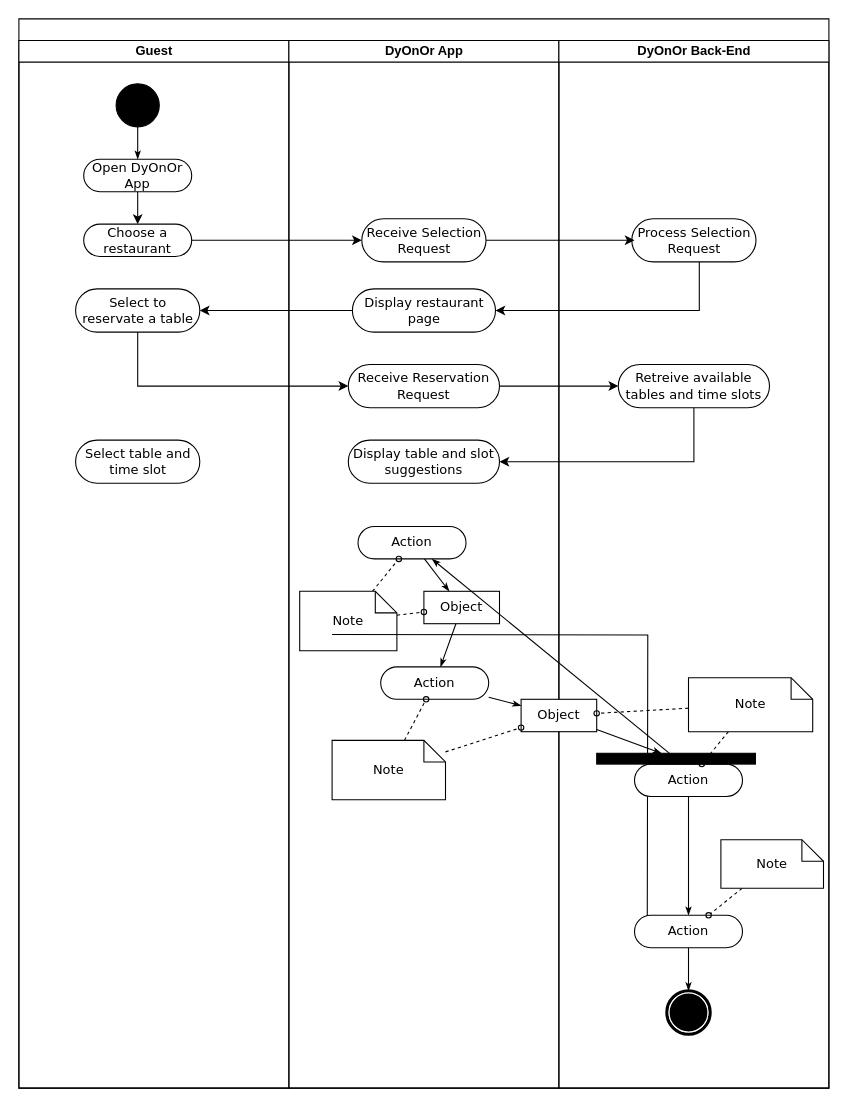
Above: RE-Diagram.drawio in MarlenKuehn/DOFI-draw.io (draw.io), before the change. Source tidied: cells renumbered, new cells numbered last; positions are measured from the earlier drawing's top-left corner, leaving out a move shared by most shapes. Both pictures are drawn from the tidied source at 108%, with x=0, y=0 at pixel (18, 18).
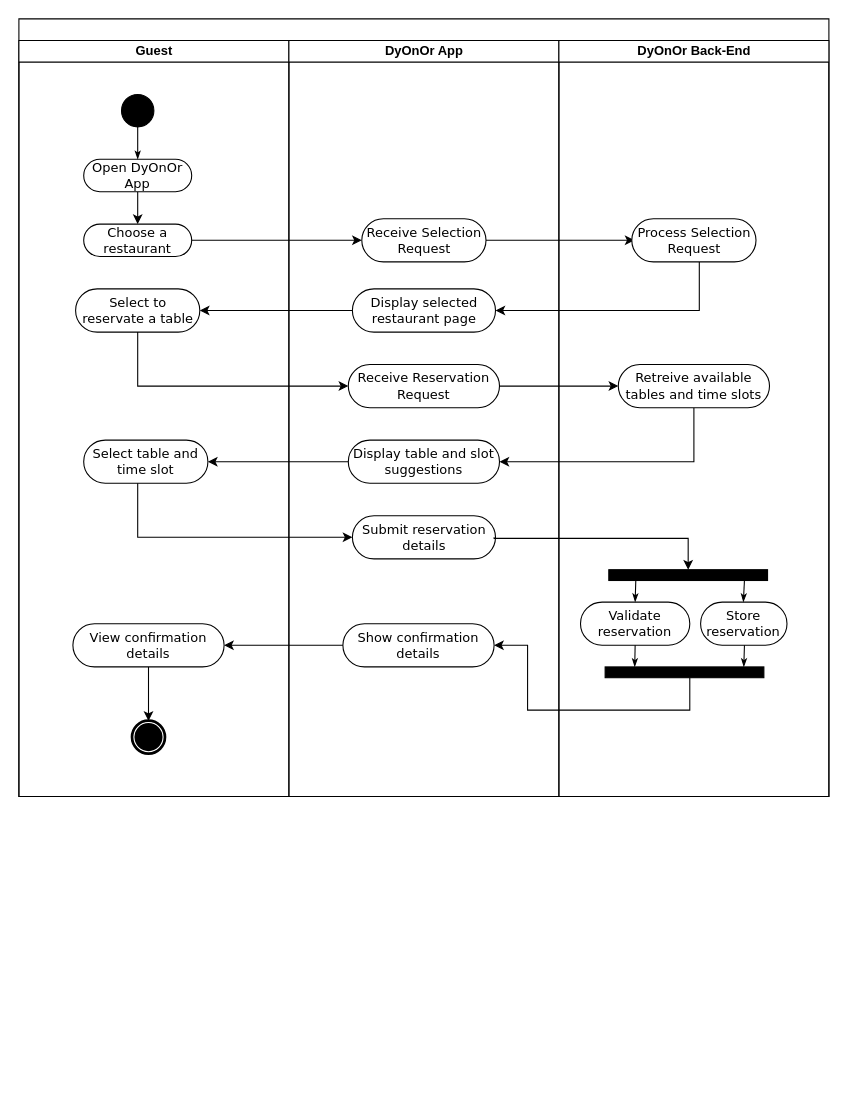
Above is the later version.

Unchanged cells that the change refers to:
```xml
<mxCell id="26" value="Display table and slot suggestions" style="rounded=1;whiteSpace=wrap;html=1;shadow=0;comic=0;labelBackgroundColor=none;strokeWidth=1;fontFamily=Verdana;fontSize=12;align=center;arcSize=50;" parent="11" vertex="1">
  <mxGeometry x="55" y="370" width="140" height="40" as="geometry" />
</mxCell>
```

What changed in the source:
```diff
@@
     <mxCell id="2" style="swimlane;html=1;startSize=20;rounded=0;shadow=0;comic=0;labelBackgroundColor=none;strokeWidth=1;fontFamily=Verdana;fontSize=12;align=center;" parent="1" vertex="1">
-      <mxGeometry width="750" height="990" as="geometry" />
+      <mxGeometry width="750" height="720" as="geometry" />
     </mxCell>
     <mxCell id="3" value="Guest" style="swimlane;html=1;startSize=20;" parent="2" vertex="1">
-      <mxGeometry y="20" width="250" height="970" as="geometry" />
+      <mxGeometry y="20" width="250" height="700" as="geometry" />
     </mxCell>
     <mxCell id="4" style="ellipse;whiteSpace=wrap;html=1;rounded=0;shadow=0;comic=0;labelBackgroundColor=none;strokeWidth=1;fillColor=#000000;fontFamily=Verdana;fontSize=12;align=center;" parent="3" vertex="1">
-      <mxGeometry x="90" y="40" width="40" height="40" as="geometry" />
+      <mxGeometry x="95" y="50" width="30" height="30" as="geometry" />
     </mxCell>
@@
     <mxCell id="10" value="Select table and time slot" style="rounded=1;whiteSpace=wrap;html=1;shadow=0;comic=0;labelBackgroundColor=none;strokeWidth=1;fontFamily=Verdana;fontSize=12;align=center;arcSize=50;" parent="3" vertex="1">
-      <mxGeometry x="52.5" y="370" width="115" height="40" as="geometry" />
+      <mxGeometry x="60" y="370" width="115" height="40" as="geometry" />
     </mxCell>
+    <mxCell id="54" style="edgeStyle=orthogonalEdgeStyle;rounded=0;jettySize=auto;html=1;entryX=0.5;entryY=0;entryDx=0;entryDy=0;" parent="3" edge="1" source="55" target="34">
+      <mxGeometry relative="1" as="geometry" />
+    </mxCell>
+    <mxCell id="55" value="View confirmation details" style="rounded=1;whiteSpace=wrap;html=1;shadow=0;comic=0;labelBackgroundColor=none;strokeWidth=1;fontFamily=Verdana;fontSize=12;align=center;arcSize=50;" parent="3" vertex="1">
+      <mxGeometry x="50" y="540" width="140" height="40" as="geometry" />
+    </mxCell>
+    <mxCell id="34" style="shape=mxgraph.bpmn.shape;html=1;verticalLabelPosition=bottom;labelBackgroundColor=#ffffff;verticalAlign=top;perimeter=ellipsePerimeter;outline=end;symbol=terminate;rounded=0;shadow=0;comic=0;strokeWidth=1;fontFamily=Verdana;fontSize=12;align=center;" parent="3" vertex="1">
+      <mxGeometry x="105" y="630" width="30" height="30" as="geometry" />
+    </mxCell>
     <mxCell id="11" value="DyOnOr App" style="swimlane;html=1;startSize=20;" parent="2" vertex="1">
-      <mxGeometry x="250" y="20" width="250" height="970" as="geometry" />
+      <mxGeometry x="250" y="20" width="250" height="700" as="geometry" />
     </mxCell>
-    <mxCell id="12" style="edgeStyle=none;rounded=0;html=1;labelBackgroundColor=none;startArrow=none;startFill=0;startSize=5;endArrow=classicThin;endFill=1;endSize=5;jettySize=auto;strokeWidth=1;fontFamily=Verdana;fontSize=12;" parent="11" edge="1" source="13" target="15">
-      <mxGeometry relative="1" as="geometry" />
-    </mxCell>
-    <mxCell id="13" value="Action" style="rounded=1;whiteSpace=wrap;html=1;shadow=0;comic=0;labelBackgroundColor=none;strokeWidth=1;fontFamily=Verdana;fontSize=12;align=center;arcSize=50;" parent="11" vertex="1">
-      <mxGeometry x="64" y="450" width="100" height="30" as="geometry" />
-    </mxCell>
-    <mxCell id="14" style="edgeStyle=none;rounded=0;html=1;labelBackgroundColor=none;startArrow=none;startFill=0;startSize=5;endArrow=classicThin;endFill=1;endSize=5;jettySize=auto;strokeWidth=1;fontFamily=Verdana;fontSize=12;" parent="11" edge="1" source="15" target="16">
-      <mxGeometry relative="1" as="geometry" />
-    </mxCell>
-    <mxCell id="15" value="Object" style="rounded=0;whiteSpace=wrap;html=1;shadow=0;comic=0;labelBackgroundColor=none;strokeWidth=1;fontFamily=Verdana;fontSize=12;align=center;arcSize=50;" parent="11" vertex="1">
-      <mxGeometry x="125" y="510" width="70" height="30" as="geometry" />
-    </mxCell>
-    <mxCell id="16" value="Action" style="rounded=1;whiteSpace=wrap;html=1;shadow=0;comic=0;labelBackgroundColor=none;strokeWidth=1;fontFamily=Verdana;fontSize=12;align=center;arcSize=50;" parent="11" vertex="1">
-      <mxGeometry x="85" y="580" width="100" height="30" as="geometry" />
-    </mxCell>
-    <mxCell id="17" style="edgeStyle=none;rounded=0;html=1;dashed=1;labelBackgroundColor=none;startArrow=none;startFill=0;startSize=5;endArrow=oval;endFill=0;endSize=5;jettySize=auto;strokeWidth=1;fontFamily=Verdana;fontSize=12;" parent="11" edge="1" source="19" target="13">
-      <mxGeometry relative="1" as="geometry" />
-    </mxCell>
-    <mxCell id="18" style="edgeStyle=none;rounded=0;html=1;dashed=1;labelBackgroundColor=none;startArrow=none;startFill=0;startSize=5;endArrow=oval;endFill=0;endSize=5;jettySize=auto;strokeWidth=1;fontFamily=Verdana;fontSize=12;" parent="11" edge="1" source="19" target="15">
-      <mxGeometry relative="1" as="geometry" />
-    </mxCell>
-    <mxCell id="19" value="Note" style="shape=note;whiteSpace=wrap;html=1;rounded=0;shadow=0;comic=0;labelBackgroundColor=none;strokeWidth=1;fontFamily=Verdana;fontSize=12;align=center;size=20;" parent="11" vertex="1">
-      <mxGeometry x="10" y="510" width="90" height="55" as="geometry" />
-    </mxCell>
-    <mxCell id="20" style="edgeStyle=none;rounded=0;html=1;dashed=1;labelBackgroundColor=none;startArrow=none;startFill=0;startSize=5;endArrow=oval;endFill=0;endSize=5;jettySize=auto;strokeWidth=1;fontFamily=Verdana;fontSize=12;" parent="11" edge="1" source="21" target="16">
-      <mxGeometry relative="1" as="geometry" />
-    </mxCell>
-    <mxCell id="21" value="Note" style="shape=note;whiteSpace=wrap;html=1;rounded=0;shadow=0;comic=0;labelBackgroundColor=none;strokeWidth=1;fontFamily=Verdana;fontSize=12;align=center;size=20;" parent="11" vertex="1">
-      <mxGeometry x="40" y="648" width="105" height="55" as="geometry" />
-    </mxCell>
@@
-    <mxCell id="23" value="Display restaurant page" style="rounded=1;whiteSpace=wrap;html=1;shadow=0;comic=0;labelBackgroundColor=none;strokeWidth=1;fontFamily=Verdana;fontSize=12;align=center;arcSize=50;" parent="11" vertex="1">
+    <mxCell id="23" value="Display selected restaurant page" style="rounded=1;whiteSpace=wrap;html=1;shadow=0;comic=0;labelBackgroundColor=none;strokeWidth=1;fontFamily=Verdana;fontSize=12;align=center;arcSize=50;" parent="11" vertex="1">
       <mxGeometry x="58.8" y="230" width="132.5" height="40" as="geometry" />
     </mxCell>
@@
-    <mxCell id="25" style="edgeStyle=orthogonalEdgeStyle;rounded=0;html=1;entryX=0.25;entryY=0;labelBackgroundColor=none;startArrow=none;startFill=0;startSize=5;endArrow=classicThin;endFill=1;endSize=5;jettySize=auto;orthogonalLoop=1;strokeWidth=1;fontFamily=Verdana;fontSize=12;" parent="11" edge="1">
-      <mxGeometry relative="1" as="geometry">
-        <mxPoint x="40" y="550" as="sourcePoint" />
-        <mxPoint x="331.8" y="830" as="targetPoint" />
-      </mxGeometry>
-    </mxCell>
@@
-    <mxCell id="27" value="DyOnOr Back-End" style="swimlane;html=1;startSize=20;" parent="2" vertex="1">
-      <mxGeometry x="500" y="20" width="250" height="970" as="geometry" />
-    </mxCell>
-    <mxCell id="28" style="edgeStyle=none;rounded=0;html=1;labelBackgroundColor=none;startArrow=none;startFill=0;startSize=5;endArrow=classicThin;endFill=1;endSize=5;jettySize=auto;strokeWidth=1;fontFamily=Verdana;fontSize=12;" parent="27" edge="1" source="42" target="31">
-      <mxGeometry relative="1" as="geometry" />
-    </mxCell>
-    <mxCell id="29" value="Object" style="rounded=0;whiteSpace=wrap;html=1;shadow=0;comic=0;labelBackgroundColor=none;strokeWidth=1;fontFamily=Verdana;fontSize=12;align=center;arcSize=50;" parent="27" vertex="1">
-      <mxGeometry x="-35" y="610" width="70" height="30" as="geometry" />
-    </mxCell>
-    <mxCell id="30" style="edgeStyle=none;rounded=0;html=1;labelBackgroundColor=none;startArrow=none;startFill=0;startSize=5;endArrow=classicThin;endFill=1;endSize=5;jettySize=auto;strokeWidth=1;fontFamily=Verdana;fontSize=12;" parent="27" edge="1" source="31" target="33">
-      <mxGeometry relative="1" as="geometry" />
-    </mxCell>
-    <mxCell id="31" value="Action" style="rounded=1;whiteSpace=wrap;html=1;shadow=0;comic=0;labelBackgroundColor=none;strokeWidth=1;fontFamily=Verdana;fontSize=12;align=center;arcSize=50;" parent="27" vertex="1">
-      <mxGeometry x="70" y="670" width="100" height="30" as="geometry" />
-    </mxCell>
-    <mxCell id="32" style="edgeStyle=none;rounded=0;html=1;labelBackgroundColor=none;startArrow=none;startFill=0;startSize=5;endArrow=classicThin;endFill=1;endSize=5;jettySize=auto;strokeWidth=1;fontFamily=Verdana;fontSize=12;" parent="27" edge="1" source="33" target="34">
-      <mxGeometry relative="1" as="geometry" />
-    </mxCell>
-    <mxCell id="33" value="Action" style="rounded=1;whiteSpace=wrap;html=1;shadow=0;comic=0;labelBackgroundColor=none;strokeWidth=1;fontFamily=Verdana;fontSize=12;align=center;arcSize=50;" parent="27" vertex="1">
-      <mxGeometry x="70" y="810" width="100" height="30" as="geometry" />
-    </mxCell>
-    <mxCell id="34" style="shape=mxgraph.bpmn.shape;html=1;verticalLabelPosition=bottom;labelBackgroundColor=#ffffff;verticalAlign=top;perimeter=ellipsePerimeter;outline=end;symbol=terminate;rounded=0;shadow=0;comic=0;strokeWidth=1;fontFamily=Verdana;fontSize=12;align=center;" parent="27" vertex="1">
-      <mxGeometry x="100" y="880" width="40" height="40" as="geometry" />
-    </mxCell>
-    <mxCell id="35" style="edgeStyle=none;rounded=0;html=1;dashed=1;labelBackgroundColor=none;startArrow=none;startFill=0;startSize=5;endArrow=oval;endFill=0;endSize=5;jettySize=auto;strokeWidth=1;fontFamily=Verdana;fontSize=12;" parent="27" edge="1" source="37" target="31">
-      <mxGeometry relative="1" as="geometry" />
-    </mxCell>
-    <mxCell id="36" style="edgeStyle=none;rounded=0;html=1;dashed=1;labelBackgroundColor=none;startArrow=none;startFill=0;startSize=5;endArrow=oval;endFill=0;endSize=5;jettySize=auto;strokeWidth=1;fontFamily=Verdana;fontSize=12;" parent="27" edge="1" source="37" target="29">
-      <mxGeometry relative="1" as="geometry" />
-    </mxCell>
-    <mxCell id="37" value="Note" style="shape=note;whiteSpace=wrap;html=1;rounded=0;shadow=0;comic=0;labelBackgroundColor=none;strokeWidth=1;fontFamily=Verdana;fontSize=12;align=center;size=20;" parent="27" vertex="1">
-      <mxGeometry x="120" y="590" width="115" height="50" as="geometry" />
-    </mxCell>
-    <mxCell id="38" style="edgeStyle=none;rounded=0;html=1;dashed=1;labelBackgroundColor=none;startArrow=none;startFill=0;startSize=5;endArrow=oval;endFill=0;endSize=5;jettySize=auto;strokeWidth=1;fontFamily=Verdana;fontSize=12;" parent="27" edge="1" source="39" target="33">
-      <mxGeometry relative="1" as="geometry" />
-    </mxCell>
-    <mxCell id="39" value="Note" style="shape=note;whiteSpace=wrap;html=1;rounded=0;shadow=0;comic=0;labelBackgroundColor=none;strokeWidth=1;fontFamily=Verdana;fontSize=12;align=center;size=20;" parent="27" vertex="1">
-      <mxGeometry x="150" y="740" width="95" height="45" as="geometry" />
-    </mxCell>
-    <mxCell id="40" value="Process Selection Request" style="rounded=1;whiteSpace=wrap;html=1;shadow=0;comic=0;labelBackgroundColor=none;strokeWidth=1;fontFamily=Verdana;fontSize=12;align=center;arcSize=50;" parent="27" vertex="1">
-      <mxGeometry x="67.5" y="165" width="115" height="40" as="geometry" />
-    </mxCell>
-    <mxCell id="41" value="Retreive available tables and time slots" style="rounded=1;whiteSpace=wrap;html=1;shadow=0;comic=0;labelBackgroundColor=none;strokeWidth=1;fontFamily=Verdana;fontSize=12;align=center;arcSize=50;" parent="27" vertex="1">
-      <mxGeometry x="55" y="300" width="140" height="40" as="geometry" />
-    </mxCell>
-    <mxCell id="42" style="whiteSpace=wrap;html=1;rounded=0;shadow=0;comic=0;labelBackgroundColor=none;strokeWidth=1;fillColor=#000000;fontFamily=Verdana;fontSize=12;align=center;rotation=0;" parent="27" vertex="1">
-      <mxGeometry x="35" y="660" width="147" height="10" as="geometry" />
-    </mxCell>
-    <mxCell id="43" style="edgeStyle=none;rounded=0;html=1;labelBackgroundColor=none;startArrow=none;startFill=0;startSize=5;endArrow=classicThin;endFill=1;endSize=5;jettySize=auto;strokeWidth=1;fontFamily=Verdana;fontSize=12;" parent="27" edge="1" source="29" target="42">
-      <mxGeometry relative="1" as="geometry" />
-    </mxCell>
-    <mxCell id="44" style="edgeStyle=none;rounded=0;html=1;labelBackgroundColor=none;startArrow=none;startFill=0;startSize=5;endArrow=classicThin;endFill=1;endSize=5;jettySize=auto;strokeWidth=1;fontFamily=Verdana;fontSize=12;" parent="2" edge="1" source="16" target="29">
-      <mxGeometry relative="1" as="geometry" />
-    </mxCell>
-    <mxCell id="45" style="edgeStyle=none;rounded=0;html=1;dashed=1;labelBackgroundColor=none;startArrow=none;startFill=0;startSize=5;endArrow=oval;endFill=0;endSize=5;jettySize=auto;strokeWidth=1;fontFamily=Verdana;fontSize=12;" parent="2" edge="1" source="21" target="29">
-      <mxGeometry relative="1" as="geometry" />
-    </mxCell>
+    <mxCell id="56" value="Submit reservation details" style="rounded=1;whiteSpace=wrap;html=1;shadow=0;comic=0;labelBackgroundColor=none;strokeWidth=1;fontFamily=Verdana;fontSize=12;align=center;arcSize=50;" parent="11" vertex="1">
+      <mxGeometry x="58.8" y="440" width="132.5" height="40" as="geometry" />
+    </mxCell>
+    <mxCell id="57" value="Show confirmation details" style="rounded=1;whiteSpace=wrap;html=1;shadow=0;comic=0;labelBackgroundColor=none;strokeWidth=1;fontFamily=Verdana;fontSize=12;align=center;arcSize=50;" parent="11" vertex="1">
+      <mxGeometry x="50" y="540" width="140" height="40" as="geometry" />
+    </mxCell>
@@
-    <mxCell id="50" style="edgeStyle=none;rounded=0;html=1;labelBackgroundColor=none;startArrow=none;startFill=0;startSize=5;endArrow=classicThin;endFill=1;endSize=5;jettySize=auto;strokeWidth=1;fontFamily=Verdana;fontSize=12;" parent="2" edge="1" source="42" target="13">
-      <mxGeometry relative="1" as="geometry" />
-    </mxCell>
@@
+    <mxCell id="58" style="edgeStyle=orthogonalEdgeStyle;rounded=0;jettySize=auto;html=1;entryX=1;entryY=0.5;entryDx=0;entryDy=0;" parent="2" edge="1" source="26" target="10">
+      <mxGeometry relative="1" as="geometry" />
+    </mxCell>
+    <mxCell id="59" style="edgeStyle=orthogonalEdgeStyle;rounded=0;jettySize=auto;html=1;entryX=0;entryY=0.5;entryDx=0;entryDy=0;" parent="2" edge="1" source="10" target="56">
+      <mxGeometry relative="1" as="geometry">
+        <Array as="points">
+          <mxPoint x="110" y="480" />
+        </Array>
+      </mxGeometry>
+    </mxCell>
+    <mxCell id="27" value="DyOnOr Back-End" style="swimlane;html=1;startSize=20;" parent="2" vertex="1">
+      <mxGeometry x="500" y="20" width="250" height="700" as="geometry" />
+    </mxCell>
+    <mxCell id="40" value="Process Selection Request" style="rounded=1;whiteSpace=wrap;html=1;shadow=0;comic=0;labelBackgroundColor=none;strokeWidth=1;fontFamily=Verdana;fontSize=12;align=center;arcSize=50;" parent="27" vertex="1">
+      <mxGeometry x="67.5" y="165" width="115" height="40" as="geometry" />
+    </mxCell>
+    <mxCell id="41" value="Retreive available tables and time slots" style="rounded=1;whiteSpace=wrap;html=1;shadow=0;comic=0;labelBackgroundColor=none;strokeWidth=1;fontFamily=Verdana;fontSize=12;align=center;arcSize=50;" parent="27" vertex="1">
+      <mxGeometry x="55" y="300" width="140" height="40" as="geometry" />
+    </mxCell>
+    <mxCell id="42" style="whiteSpace=wrap;html=1;rounded=0;shadow=0;comic=0;labelBackgroundColor=none;strokeWidth=1;fillColor=#000000;fontFamily=Verdana;fontSize=12;align=center;rotation=0;" parent="27" vertex="1">
+      <mxGeometry x="46.2" y="490" width="147" height="10" as="geometry" />
+    </mxCell>
+    <mxCell id="60" value="Validate reservation" style="rounded=1;whiteSpace=wrap;html=1;shadow=0;comic=0;labelBackgroundColor=none;strokeWidth=1;fontFamily=Verdana;fontSize=12;align=center;arcSize=50;" parent="27" vertex="1">
+      <mxGeometry x="20" y="520" width="101.2" height="40" as="geometry" />
+    </mxCell>
+    <mxCell id="61" value="Store reservation" style="rounded=1;whiteSpace=wrap;html=1;shadow=0;comic=0;labelBackgroundColor=none;strokeWidth=1;fontFamily=Verdana;fontSize=12;align=center;arcSize=50;" parent="27" vertex="1">
+      <mxGeometry x="131.2" y="520" width="80" height="40" as="geometry" />
+    </mxCell>
+    <mxCell id="62" style="edgeStyle=none;rounded=0;html=1;labelBackgroundColor=none;startArrow=none;startFill=0;startSize=5;endArrow=classicThin;endFill=1;endSize=5;jettySize=auto;strokeWidth=1;fontFamily=Verdana;fontSize=12;entryX=0.5;entryY=0;entryDx=0;entryDy=0;" parent="27" edge="1" target="60">
+      <mxGeometry relative="1" as="geometry">
+        <mxPoint x="71.2" y="500" as="sourcePoint" />
+      </mxGeometry>
+    </mxCell>
+    <mxCell id="63" style="edgeStyle=none;rounded=0;html=1;labelBackgroundColor=none;startArrow=none;startFill=0;startSize=5;endArrow=classicThin;endFill=1;endSize=5;jettySize=auto;orthogonalLoop=1;strokeWidth=1;fontFamily=Verdana;fontSize=12;entryX=0.5;entryY=0;entryDx=0;entryDy=0;" parent="27" edge="1">
+      <mxGeometry relative="1" as="geometry">
+        <mxPoint x="171.8" y="500" as="sourcePoint" />
+        <mxPoint x="170.8" y="520" as="targetPoint" />
+      </mxGeometry>
+    </mxCell>
+    <mxCell id="64" style="whiteSpace=wrap;html=1;rounded=0;shadow=0;comic=0;labelBackgroundColor=none;strokeWidth=1;fillColor=#000000;fontFamily=Verdana;fontSize=12;align=center;rotation=0;" parent="27" vertex="1">
+      <mxGeometry x="42.8" y="580" width="147" height="10" as="geometry" />
+    </mxCell>
+    <mxCell id="65" style="edgeStyle=none;rounded=0;html=1;labelBackgroundColor=none;startArrow=none;startFill=0;startSize=5;endArrow=classicThin;endFill=1;endSize=5;jettySize=auto;orthogonalLoop=1;strokeWidth=1;fontFamily=Verdana;fontSize=12;" parent="27" edge="1">
+      <mxGeometry relative="1" as="geometry">
+        <mxPoint x="70.6" y="560" as="sourcePoint" />
+        <mxPoint x="70.2" y="580" as="targetPoint" />
+        <Array as="points">
+          <mxPoint x="70.1" y="560" />
+        </Array>
+      </mxGeometry>
+    </mxCell>
+    <mxCell id="66" style="edgeStyle=none;rounded=0;html=1;labelBackgroundColor=none;startArrow=none;startFill=0;startSize=5;endArrow=classicThin;endFill=1;endSize=5;jettySize=auto;orthogonalLoop=1;strokeWidth=1;fontFamily=Verdana;fontSize=12;" parent="27" edge="1">
+      <mxGeometry relative="1" as="geometry">
+        <mxPoint x="171.8" y="560" as="sourcePoint" />
+        <mxPoint x="171.2" y="580" as="targetPoint" />
+      </mxGeometry>
+    </mxCell>
+    <mxCell id="67" style="edgeStyle=orthogonalEdgeStyle;rounded=0;jettySize=auto;html=1;entryX=1;entryY=0.5;entryDx=0;entryDy=0;" parent="27" edge="1" target="57">
+      <mxGeometry relative="1" as="geometry">
+        <mxPoint x="121.2" y="590" as="sourcePoint" />
+        <Array as="points">
+          <mxPoint x="121" y="620" />
+          <mxPoint x="-29" y="620" />
+          <mxPoint x="-29" y="560" />
+        </Array>
+      </mxGeometry>
+    </mxCell>
+    <mxCell id="68" style="edgeStyle=orthogonalEdgeStyle;rounded=0;jettySize=auto;html=1;entryX=0.5;entryY=0;entryDx=0;entryDy=0;" parent="27" edge="1" target="42">
+      <mxGeometry relative="1" as="geometry">
+        <mxPoint x="-60" y="460" as="sourcePoint" />
+        <Array as="points">
+          <mxPoint x="-60" y="461" />
+          <mxPoint x="120" y="461" />
+        </Array>
+      </mxGeometry>
+    </mxCell>
+    <mxCell id="69" style="edgeStyle=orthogonalEdgeStyle;rounded=0;jettySize=auto;html=1;entryX=1;entryY=0.5;entryDx=0;entryDy=0;" parent="2" edge="1" source="57" target="55">
+      <mxGeometry relative="1" as="geometry" />
+    </mxCell>
```
